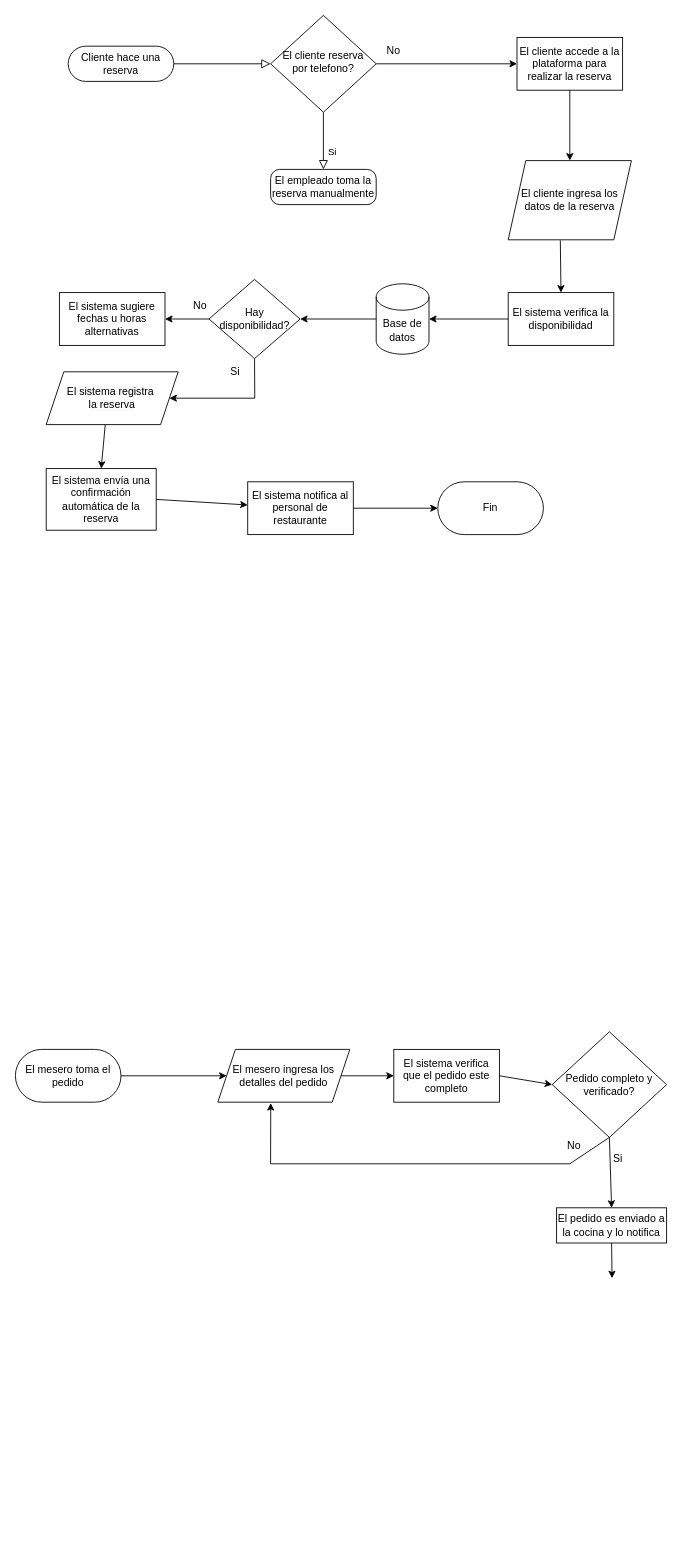
Above: Diagrama sin título.drawio in GnesisR/Programacion (draw.io), before the change. Source tidied: cells renumbered, new cells numbered last; positions are measured from the earlier drawing's top-left corner, leaving out a move shared by most shapes. Both pictures are drawn from the tidied source at 88%, with x=0, y=0 at pixel (15, 15).
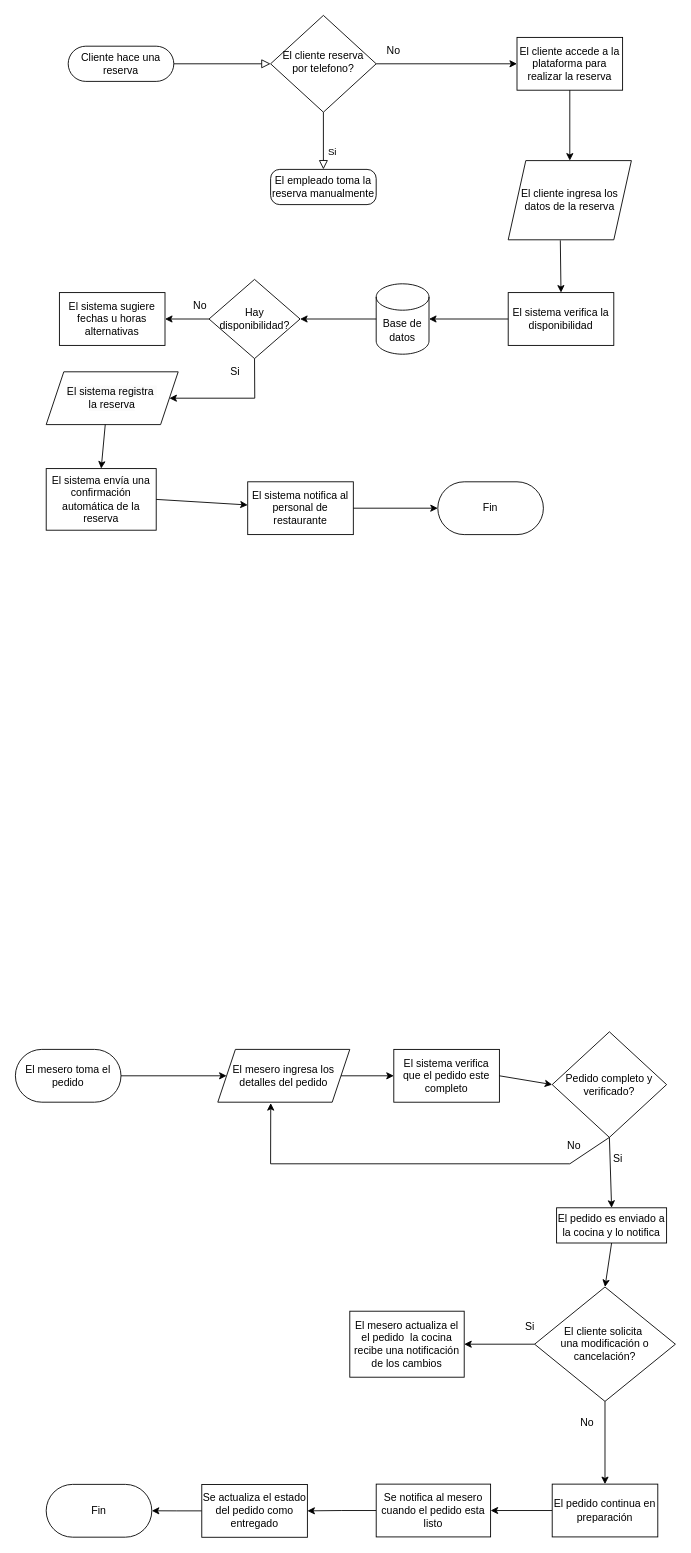
The same page after the edit.

Commit message:
Diseño del Flujo del Negocio.drawio

Unchanged cells that the change refers to:
```xml
<mxCell id="41" value="El pedido es enviado a la cocina y lo notifica" style="rounded=1;whiteSpace=wrap;html=1;arcSize=0;" parent="1" vertex="1">
  <mxGeometry x="615" y="1355" width="125" height="40" as="geometry" />
</mxCell>
```

The edit, as a diff of the source:
```diff
@@
-    <mxCell id="42" style="endArrow=classic;html=1;rounded=0;exitX=0.5;exitY=1;exitDx=0;exitDy=0;" parent="1" edge="1" source="41">
-      <mxGeometry relative="1" as="geometry">
-        <mxPoint x="678" y="1435" as="targetPoint" />
-      </mxGeometry>
+    <mxCell id="42" style="endArrow=classic;html=1;rounded=0;exitX=0.5;exitY=1;exitDx=0;exitDy=0;entryX=0.5;entryY=0;entryDx=0;entryDy=0;" parent="1" edge="1" source="41" target="43">
+      <mxGeometry relative="1" as="geometry" />
     </mxCell>
+    <mxCell id="43" value="El cliente solicita&amp;nbsp;&lt;div&gt;una modificación o cancelación?&lt;/div&gt;" style="rhombus;whiteSpace=wrap;html=1;" parent="1" vertex="1">
+      <mxGeometry x="590" y="1445" width="160" height="130" as="geometry" />
+    </mxCell>
+    <mxCell id="44" value="El mesero actualiza el el pedido&amp;nbsp; la cocina recibe una notificación de los cambios" style="rounded=1;whiteSpace=wrap;html=1;arcSize=0;" parent="1" vertex="1">
+      <mxGeometry x="380" y="1472.5" width="130" height="75" as="geometry" />
+    </mxCell>
+    <mxCell id="45" style="edgeStyle=orthogonalEdgeStyle;rounded=0;jettySize=auto;html=1;exitX=0;exitY=0.5;exitDx=0;exitDy=0;entryX=1;entryY=0.5;entryDx=0;entryDy=0;" parent="1" edge="1" source="46" target="52">
+      <mxGeometry relative="1" as="geometry" />
+    </mxCell>
+    <mxCell id="46" value="El pedido continua en preparación" style="rounded=1;whiteSpace=wrap;html=1;arcSize=0;" parent="1" vertex="1">
+      <mxGeometry x="610" y="1669" width="120" height="60" as="geometry" />
+    </mxCell>
+    <mxCell id="47" style="endArrow=classic;html=1;rounded=0;exitX=0;exitY=0.5;exitDx=0;exitDy=0;entryX=1;entryY=0.5;entryDx=0;entryDy=0;" parent="1" edge="1" source="43" target="44">
+      <mxGeometry relative="1" as="geometry" />
+    </mxCell>
+    <mxCell id="48" style="endArrow=classic;html=1;rounded=0;exitX=0.5;exitY=1;exitDx=0;exitDy=0;entryX=0.5;entryY=0;entryDx=0;entryDy=0;" parent="1" edge="1" source="43" target="46">
+      <mxGeometry relative="1" as="geometry" />
+    </mxCell>
+    <mxCell id="49" value="No" style="text;html=1;align=center;verticalAlign=middle;whiteSpace=wrap;rounded=0;" parent="1" vertex="1">
+      <mxGeometry x="640" y="1585" width="20" height="30" as="geometry" />
+    </mxCell>
+    <mxCell id="50" value="Si" style="text;html=1;align=center;verticalAlign=middle;whiteSpace=wrap;rounded=0;" parent="1" vertex="1">
+      <mxGeometry x="580" y="1480" width="10" height="20" as="geometry" />
+    </mxCell>
+    <mxCell id="51" style="edgeStyle=orthogonalEdgeStyle;rounded=0;jettySize=auto;html=1;exitX=0;exitY=0.5;exitDx=0;exitDy=0;" parent="1" edge="1" source="52" target="54">
+      <mxGeometry relative="1" as="geometry" />
+    </mxCell>
+    <mxCell id="52" value="Se notifica al mesero cuando el pedido esta listo" style="rounded=1;whiteSpace=wrap;html=1;arcSize=0;" parent="1" vertex="1">
+      <mxGeometry x="410" y="1669" width="130" height="60" as="geometry" />
+    </mxCell>
+    <mxCell id="53" style="edgeStyle=orthogonalEdgeStyle;rounded=0;jettySize=auto;html=1;exitX=0;exitY=0.5;exitDx=0;exitDy=0;entryX=1;entryY=0.5;entryDx=0;entryDy=0;" parent="1" edge="1" source="54" target="55">
+      <mxGeometry relative="1" as="geometry" />
+    </mxCell>
+    <mxCell id="54" value="Se actualiza el estado del pedido como entregado" style="rounded=0;whiteSpace=wrap;html=1;" parent="1" vertex="1">
+      <mxGeometry x="211.8" y="1669.4" width="120" height="60" as="geometry" />
+    </mxCell>
+    <mxCell id="55" value="Fin" style="rounded=1;whiteSpace=wrap;html=1;arcSize=50;" parent="1" vertex="1">
+      <mxGeometry x="35" y="1669.3" width="120" height="60" as="geometry" />
+    </mxCell>
```
